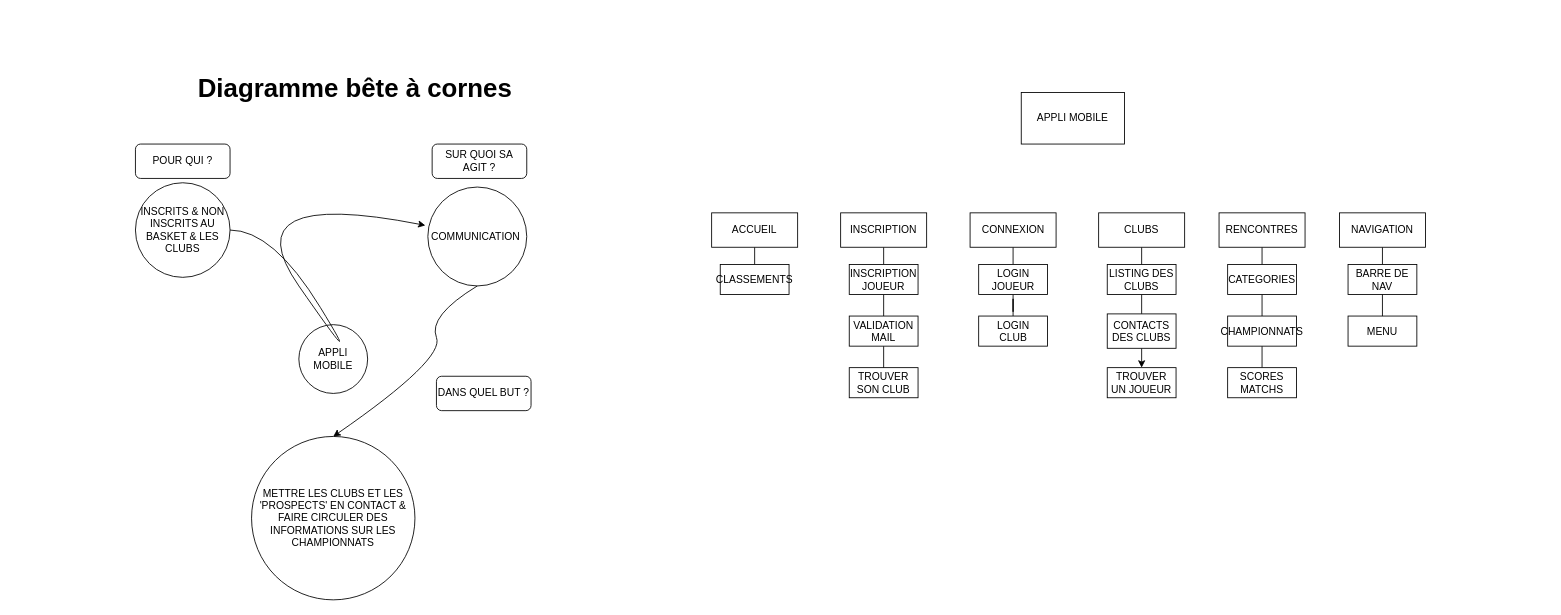
Before: Diagramme sans nom.drawio in MarioLeZinZin/TD_UML, a draw.io diagram. Source tidied: cells renumbered, new cells numbered last; positions are measured from the earlier drawing's top-left corner, leaving out a move shared by most shapes. Both pictures are drawn from the tidied source at 86%, with x=0, y=0 at pixel (135, 66).
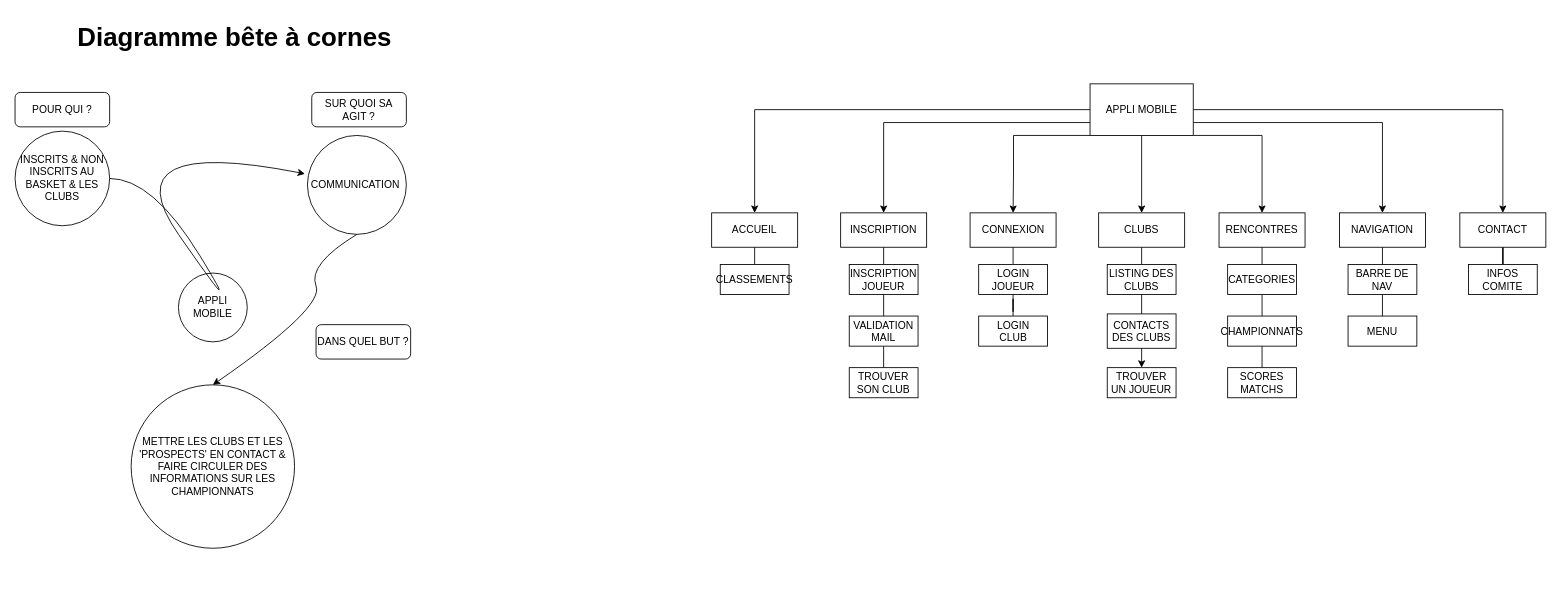
After the change.

Commit message:
Mettre à jour Diagramme sans nom.drawio

The change refers to these unchanged cells:
```xml
<mxCell id="14" value="ACCUEIL" style="rounded=0;whiteSpace=wrap;html=1;" parent="1" vertex="1">
  <mxGeometry x="670" y="170" width="100" height="40" as="geometry" />
</mxCell>
<mxCell id="16" value="INSCRIPTION" style="rounded=0;whiteSpace=wrap;html=1;" parent="1" vertex="1">
  <mxGeometry x="820" y="170" width="100" height="40" as="geometry" />
</mxCell>
<mxCell id="18" value="CONNEXION" style="rounded=0;whiteSpace=wrap;html=1;" parent="1" vertex="1">
  <mxGeometry x="970.5" y="170" width="100" height="40" as="geometry" />
</mxCell>
<mxCell id="20" value="CLUBS" style="rounded=0;whiteSpace=wrap;html=1;" parent="1" vertex="1">
  <mxGeometry x="1120" y="170" width="100" height="40" as="geometry" />
</mxCell>
<mxCell id="22" value="RENCONTRES" style="rounded=0;whiteSpace=wrap;html=1;" parent="1" vertex="1">
  <mxGeometry x="1260" y="170" width="100" height="40" as="geometry" />
</mxCell>
<mxCell id="24" value="NAVIGATION" style="rounded=0;whiteSpace=wrap;html=1;" parent="1" vertex="1">
  <mxGeometry x="1400" y="170" width="100" height="40" as="geometry" />
</mxCell>
```

Diff of the diagram source:
```diff
@@
     <mxCell id="2" value="INSCRITS &amp;amp; NON INSCRITS AU BASKET &amp;amp; LES CLUBS" style="ellipse;whiteSpace=wrap;html=1;" parent="1" vertex="1">
-      <mxGeometry y="135" width="110" height="110" as="geometry" />
+      <mxGeometry x="-140" y="75" width="110" height="110" as="geometry" />
     </mxCell>
     <mxCell id="3" value="COMMUNICATION&amp;nbsp;" style="ellipse;whiteSpace=wrap;html=1;" parent="1" vertex="1">
-      <mxGeometry x="340" y="140" width="115" height="115" as="geometry" />
+      <mxGeometry x="200" y="80" width="115" height="115" as="geometry" />
     </mxCell>
     <mxCell id="4" value="APPLI MOBILE" style="ellipse;whiteSpace=wrap;html=1;" parent="1" vertex="1">
-      <mxGeometry x="190" y="300" width="80" height="80" as="geometry" />
+      <mxGeometry x="50" y="240" width="80" height="80" as="geometry" />
     </mxCell>
     <mxCell id="5" value="METTRE LES CLUBS ET LES 'PROSPECTS' EN CONTACT &amp;amp; FAIRE CIRCULER DES INFORMATIONS SUR LES CHAMPIONNATS" style="ellipse;whiteSpace=wrap;html=1;" parent="1" vertex="1">
-      <mxGeometry x="135" y="430" width="190" height="190" as="geometry" />
+      <mxGeometry x="-5" y="370" width="190" height="190" as="geometry" />
     </mxCell>
     <mxCell id="6" style="curved=1;endArrow=classic;html=1;rounded=0;entryX=-0.025;entryY=0.388;entryDx=0;entryDy=0;entryPerimeter=0;exitX=1;exitY=0.5;exitDx=0;exitDy=0;" parent="1" edge="1" source="2" target="3">
       <mxGeometry relative="1" as="geometry">
         <Array as="points">
-          <mxPoint x="160" y="190" />
-          <mxPoint x="270" y="370" />
-          <mxPoint x="110" y="140" />
+          <mxPoint x="20" y="130" />
+          <mxPoint x="130" y="310" />
+          <mxPoint x="-30" y="80" />
         </Array>
       </mxGeometry>
     </mxCell>
     <mxCell id="7" style="curved=1;endArrow=classic;html=1;rounded=0;exitX=0.5;exitY=1;exitDx=0;exitDy=0;entryX=0.5;entryY=0;entryDx=0;entryDy=0;" parent="1" edge="1" source="3" target="5">
       <mxGeometry relative="1" as="geometry">
         <Array as="points">
-          <mxPoint x="340" y="290" />
-          <mxPoint x="360" y="340" />
+          <mxPoint x="200" y="230" />
+          <mxPoint x="220" y="280" />
         </Array>
       </mxGeometry>
     </mxCell>
     <mxCell id="8" value="POUR QUI ?" style="rounded=1;whiteSpace=wrap;html=1;" parent="1" vertex="1">
-      <mxGeometry y="90" width="110" height="40" as="geometry" />
+      <mxGeometry x="-140" y="30" width="110" height="40" as="geometry" />
     </mxCell>
     <mxCell id="9" value="SUR QUOI SA AGIT ?" style="rounded=1;whiteSpace=wrap;html=1;" parent="1" vertex="1">
-      <mxGeometry x="345" y="90" width="110" height="40" as="geometry" />
+      <mxGeometry x="205" y="30" width="110" height="40" as="geometry" />
     </mxCell>
     <mxCell id="10" value="DANS QUEL BUT ?" style="rounded=1;whiteSpace=wrap;html=1;" parent="1" vertex="1">
-      <mxGeometry x="350" y="360" width="110" height="40" as="geometry" />
+      <mxGeometry x="210" y="300" width="110" height="40" as="geometry" />
     </mxCell>
     <mxCell id="11" value="Diagramme bête à cornes" style="text;html=1;align=center;verticalAlign=middle;strokeColor=none;fillColor=none;fontSize=30;fontStyle=1;" parent="1" vertex="1">
-      <mxGeometry x="70" width="370" height="50" as="geometry" />
+      <mxGeometry x="-70" y="-60" width="370" height="50" as="geometry" />
     </mxCell>
+    <mxCell id="47" style="edgeStyle=orthogonalEdgeStyle;rounded=0;jettySize=auto;html=1;exitX=1;exitY=0.5;exitDx=0;exitDy=0;entryX=0.5;entryY=0;entryDx=0;entryDy=0;" parent="1" edge="1" source="12" target="55">
+      <mxGeometry relative="1" as="geometry" />
+    </mxCell>
+    <mxCell id="48" style="edgeStyle=orthogonalEdgeStyle;rounded=0;jettySize=auto;html=1;exitX=1;exitY=1;exitDx=0;exitDy=0;entryX=0.5;entryY=0;entryDx=0;entryDy=0;" parent="1" edge="1" source="12" target="22">
+      <mxGeometry relative="1" as="geometry">
+        <Array as="points">
+          <mxPoint x="1310" y="80" />
+        </Array>
+      </mxGeometry>
+    </mxCell>
+    <mxCell id="49" style="edgeStyle=orthogonalEdgeStyle;rounded=0;jettySize=auto;html=1;exitX=0.5;exitY=1;exitDx=0;exitDy=0;" parent="1" edge="1" source="12" target="20">
+      <mxGeometry relative="1" as="geometry" />
+    </mxCell>
+    <mxCell id="50" style="edgeStyle=orthogonalEdgeStyle;rounded=0;jettySize=auto;html=1;exitX=0;exitY=1;exitDx=0;exitDy=0;entryX=0.5;entryY=0;entryDx=0;entryDy=0;" parent="1" edge="1" source="12" target="18">
+      <mxGeometry relative="1" as="geometry">
+        <Array as="points">
+          <mxPoint x="1021" y="80" />
+          <mxPoint x="1021" y="125" />
+        </Array>
+      </mxGeometry>
+    </mxCell>
+    <mxCell id="51" style="edgeStyle=orthogonalEdgeStyle;rounded=0;jettySize=auto;html=1;exitX=0;exitY=0.75;exitDx=0;exitDy=0;entryX=0.5;entryY=0;entryDx=0;entryDy=0;" parent="1" edge="1" source="12" target="16">
+      <mxGeometry relative="1" as="geometry" />
+    </mxCell>
+    <mxCell id="52" style="edgeStyle=orthogonalEdgeStyle;rounded=0;jettySize=auto;html=1;exitX=0;exitY=0.5;exitDx=0;exitDy=0;entryX=0.5;entryY=0;entryDx=0;entryDy=0;" parent="1" edge="1" source="12" target="14">
+      <mxGeometry relative="1" as="geometry" />
+    </mxCell>
+    <mxCell id="53" style="edgeStyle=orthogonalEdgeStyle;rounded=0;jettySize=auto;html=1;exitX=1;exitY=0.75;exitDx=0;exitDy=0;entryX=0.5;entryY=0;entryDx=0;entryDy=0;" parent="1" edge="1" source="12" target="24">
+      <mxGeometry relative="1" as="geometry" />
+    </mxCell>
     <mxCell id="12" value="APPLI MOBILE" style="rounded=0;whiteSpace=wrap;html=1;" parent="1" vertex="1">
-      <mxGeometry x="1030" y="30" width="120" height="60" as="geometry" />
+      <mxGeometry x="1110" y="20" width="120" height="60" as="geometry" />
     </mxCell>
@@
+    <mxCell id="54" style="edgeStyle=orthogonalEdgeStyle;rounded=0;jettySize=auto;html=1;exitX=0.5;exitY=1;exitDx=0;exitDy=0;endArrow=none;endFill=0;" parent="1" edge="1" source="55" target="56">
+      <mxGeometry relative="1" as="geometry" />
+    </mxCell>
+    <mxCell id="55" value="CONTACT" style="rounded=0;whiteSpace=wrap;html=1;" parent="1" vertex="1">
+      <mxGeometry x="1540" y="170" width="100" height="40" as="geometry" />
+    </mxCell>
+    <mxCell id="56" value="INFOS COMITE" style="rounded=0;whiteSpace=wrap;html=1;" parent="1" vertex="1">
+      <mxGeometry x="1550" y="230" width="80" height="35" as="geometry" />
+    </mxCell>
```
